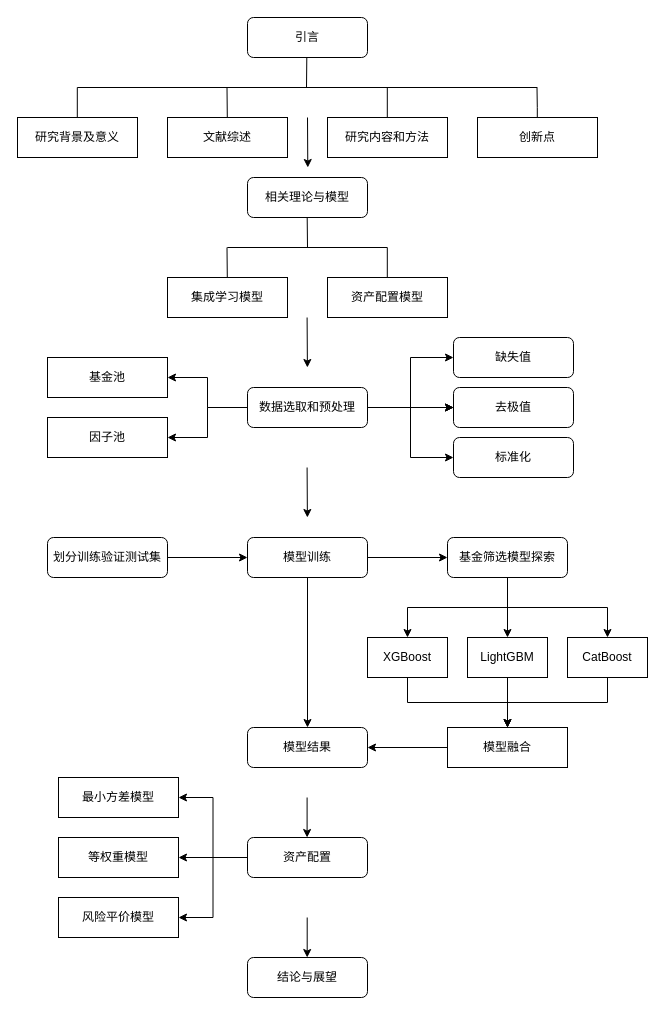
Before: 未命名绘图.drawio in bxf9812/learngit, a draw.io diagram. Source tidied: cells renumbered, new cells numbered last; positions are measured from the earlier drawing's top-left corner, leaving out a move shared by most shapes. Both pictures are drawn from the tidied source at 100%, with x=0, y=0 at pixel (17, 17).
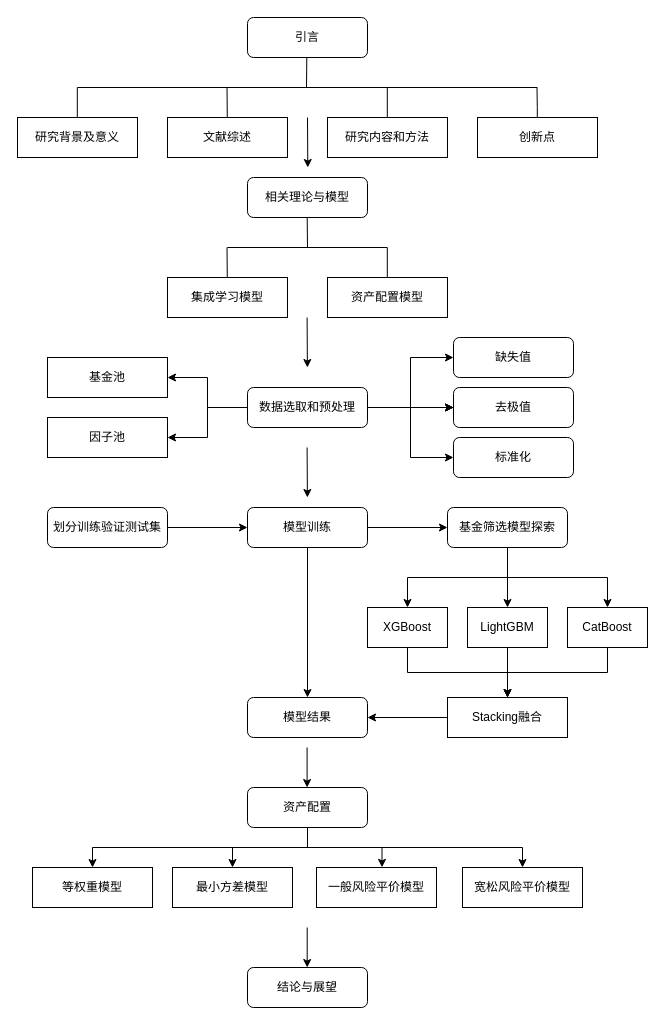
Above is the later version.

Commit message:
更新未命名绘图.drawio

Diff of the diagram source:
```diff
@@
     <mxCell id="33" value="XGBoost" style="rounded=0;whiteSpace=wrap;html=1;" parent="1" vertex="1">
-      <mxGeometry x="350" y="620" width="80" height="40" as="geometry" />
+      <mxGeometry x="350" y="590" width="80" height="40" as="geometry" />
     </mxCell>
@@
     <mxCell id="35" value="LightGBM" style="rounded=0;whiteSpace=wrap;html=1;" parent="1" vertex="1">
-      <mxGeometry x="450" y="620" width="80" height="40" as="geometry" />
+      <mxGeometry x="450" y="590" width="80" height="40" as="geometry" />
     </mxCell>
@@
     <mxCell id="37" value="CatBoost" style="rounded=0;whiteSpace=wrap;html=1;" parent="1" vertex="1">
-      <mxGeometry x="550" y="620" width="80" height="40" as="geometry" />
+      <mxGeometry x="550" y="590" width="80" height="40" as="geometry" />
     </mxCell>
@@
-    <mxCell id="39" value="模型融合" style="rounded=0;whiteSpace=wrap;html=1;" parent="1" vertex="1">
-      <mxGeometry x="430" y="710" width="120" height="40" as="geometry" />
+    <mxCell id="39" value="Stacking融合" style="rounded=0;whiteSpace=wrap;html=1;" parent="1" vertex="1">
+      <mxGeometry x="430" y="680" width="120" height="40" as="geometry" />
     </mxCell>
     <mxCell id="40" value="等权重模型" style="rounded=0;whiteSpace=wrap;html=1;" parent="1" vertex="1">
-      <mxGeometry x="41" y="820" width="120" height="40" as="geometry" />
+      <mxGeometry x="15" y="850" width="120" height="40" as="geometry" />
     </mxCell>
     <mxCell id="41" value="最小方差模型" style="rounded=0;whiteSpace=wrap;html=1;" parent="1" vertex="1">
-      <mxGeometry x="41" y="760" width="120" height="40" as="geometry" />
+      <mxGeometry x="155" y="850" width="120" height="40" as="geometry" />
     </mxCell>
-    <mxCell id="42" value="风险平价模型" style="rounded=0;whiteSpace=wrap;html=1;" parent="1" vertex="1">
-      <mxGeometry x="41" y="880" width="120" height="40" as="geometry" />
+    <mxCell id="42" value="一般风险平价模型" style="rounded=0;whiteSpace=wrap;html=1;" parent="1" vertex="1">
+      <mxGeometry x="299" y="850" width="120" height="40" as="geometry" />
     </mxCell>
     <mxCell id="43" style="endArrow=classic;html=1;rounded=0;" parent="1" edge="1">
       <mxGeometry x="-1" y="10" relative="1" as="geometry">
-        <mxPoint x="289.7" y="900" as="sourcePoint" />
-        <mxPoint x="289.7" y="940" as="targetPoint" />
+        <mxPoint x="289.7" y="910" as="sourcePoint" />
+        <mxPoint x="289.7" y="950" as="targetPoint" />
         <mxPoint x="-10" y="-10" as="offset" />
       </mxGeometry>
     </mxCell>
     <mxCell id="44" value="结论与展望" style="rounded=1;whiteSpace=wrap;html=1;fontSize=12;glass=0;strokeWidth=1;shadow=0;" parent="1" vertex="1">
-      <mxGeometry x="230" y="940" width="120" height="40" as="geometry" />
+      <mxGeometry x="230" y="950" width="120" height="40" as="geometry" />
     </mxCell>
@@
     <mxCell id="48" style="endArrow=classic;html=1;rounded=0;" parent="1" edge="1">
       <mxGeometry x="-1" y="10" relative="1" as="geometry">
-        <mxPoint x="289.6" y="450" as="sourcePoint" />
-        <mxPoint x="289.9" y="500" as="targetPoint" />
+        <mxPoint x="289.6" y="430" as="sourcePoint" />
+        <mxPoint x="289.9" y="480" as="targetPoint" />
         <mxPoint x="-10" y="-10" as="offset" />
       </mxGeometry>
     </mxCell>
@@
     <mxCell id="51" value="模型训练" style="rounded=1;whiteSpace=wrap;html=1;fontSize=12;glass=0;strokeWidth=1;shadow=0;" parent="1" vertex="1">
-      <mxGeometry x="230" y="520" width="120" height="40" as="geometry" />
+      <mxGeometry x="230" y="490" width="120" height="40" as="geometry" />
     </mxCell>
@@
     <mxCell id="53" value="划分训练验证测试集" style="rounded=1;whiteSpace=wrap;html=1;fontSize=12;glass=0;strokeWidth=1;shadow=0;" parent="1" vertex="1">
-      <mxGeometry x="30" y="520" width="120" height="40" as="geometry" />
+      <mxGeometry x="30" y="490" width="120" height="40" as="geometry" />
     </mxCell>
@@
     <mxCell id="57" value="基金筛选模型探索" style="rounded=1;whiteSpace=wrap;html=1;fontSize=12;glass=0;strokeWidth=1;shadow=0;" parent="1" vertex="1">
-      <mxGeometry x="430" y="520" width="120" height="40" as="geometry" />
+      <mxGeometry x="430" y="490" width="120" height="40" as="geometry" />
     </mxCell>
     <mxCell id="58" value="模型结果" style="rounded=1;whiteSpace=wrap;html=1;fontSize=12;glass=0;strokeWidth=1;shadow=0;" parent="1" vertex="1">
-      <mxGeometry x="230" y="710" width="120" height="40" as="geometry" />
+      <mxGeometry x="230" y="680" width="120" height="40" as="geometry" />
     </mxCell>
+    <mxCell id="60" style="edgeStyle=orthogonalEdgeStyle;rounded=0;jettySize=auto;html=1;exitX=0.5;exitY=1;exitDx=0;exitDy=0;" parent="1" edge="1" source="62" target="40">
+      <mxGeometry relative="1" as="geometry" />
+    </mxCell>
-    <mxCell id="59" style="edgeStyle=orthogonalEdgeStyle;rounded=0;jettySize=auto;html=1;entryX=1;entryY=0.5;entryDx=0;entryDy=0;" parent="1" edge="1" source="62" target="41">
+    <mxCell id="59" style="edgeStyle=orthogonalEdgeStyle;rounded=0;jettySize=auto;html=1;" parent="1" edge="1" source="62" target="41">
       <mxGeometry relative="1" as="geometry" />
     </mxCell>
-    <mxCell id="60" style="edgeStyle=orthogonalEdgeStyle;rounded=0;jettySize=auto;html=1;entryX=1;entryY=0.5;entryDx=0;entryDy=0;" parent="1" edge="1" source="62" target="40">
-      <mxGeometry relative="1" as="geometry" />
-    </mxCell>
-    <mxCell id="61" style="edgeStyle=orthogonalEdgeStyle;rounded=0;jettySize=auto;html=1;entryX=1;entryY=0.5;entryDx=0;entryDy=0;" parent="1" edge="1" source="62" target="42">
+    <mxCell id="61" style="edgeStyle=orthogonalEdgeStyle;rounded=0;jettySize=auto;html=1;entryX=0.546;entryY=-0.004;entryDx=0;entryDy=0;entryPerimeter=0;" parent="1" edge="1" source="62" target="42">
       <mxGeometry relative="1" as="geometry" />
     </mxCell>
+    <mxCell id="64" style="edgeStyle=orthogonalEdgeStyle;rounded=0;jettySize=auto;html=1;" parent="1" edge="1" source="62" target="65">
+      <mxGeometry relative="1" as="geometry">
+        <Array as="points">
+          <mxPoint x="290" y="830" />
+          <mxPoint x="505" y="830" />
+        </Array>
+      </mxGeometry>
+    </mxCell>
     <mxCell id="62" value="资产配置" style="rounded=1;whiteSpace=wrap;html=1;fontSize=12;glass=0;strokeWidth=1;shadow=0;" parent="1" vertex="1">
-      <mxGeometry x="230" y="820" width="120" height="40" as="geometry" />
+      <mxGeometry x="230" y="770" width="120" height="40" as="geometry" />
     </mxCell>
     <mxCell id="63" style="endArrow=classic;html=1;rounded=0;" parent="1" edge="1">
       <mxGeometry x="-1" y="10" relative="1" as="geometry">
-        <mxPoint x="289.6" y="780" as="sourcePoint" />
-        <mxPoint x="289.6" y="820" as="targetPoint" />
+        <mxPoint x="289.6" y="730" as="sourcePoint" />
+        <mxPoint x="289.6" y="770" as="targetPoint" />
         <mxPoint x="-10" y="-10" as="offset" />
       </mxGeometry>
     </mxCell>
+    <mxCell id="65" value="宽松风险平价模型" style="rounded=0;whiteSpace=wrap;html=1;" parent="1" vertex="1">
+      <mxGeometry x="445" y="850" width="120" height="40" as="geometry" />
+    </mxCell>
```
